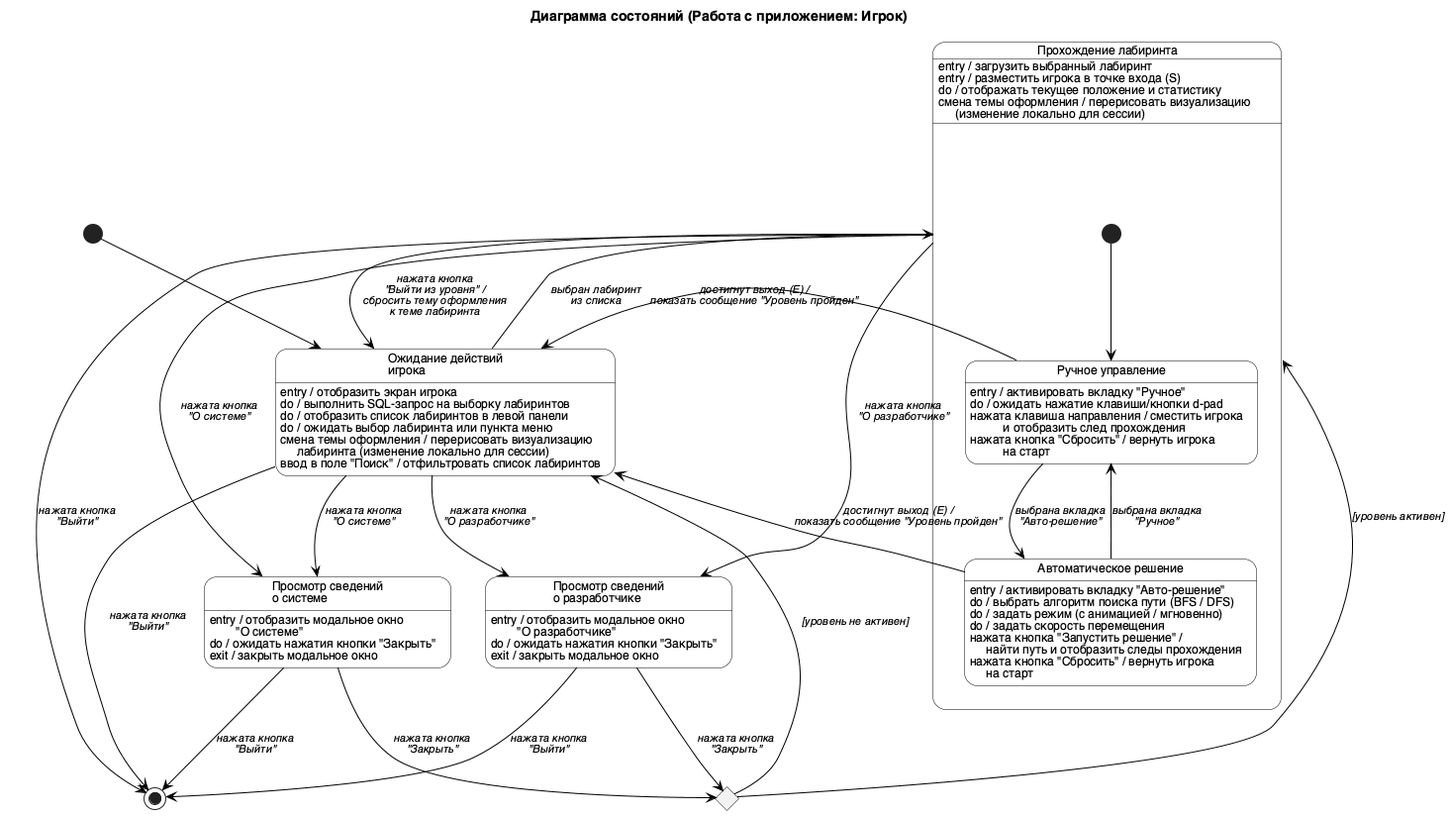
ozcnii/software-engineering keeps this PlantUML diagram as diagrams/state/player.png. Above is the earlier version. The source it was exported from:
```plantuml
@startuml
title Диаграмма состояний (Работа с приложением: Игрок)

skinparam state {
  BackgroundColor #FFFFFF
  BorderColor #000000
  FontSize 12
  ArrowColor #000000
  ArrowFontSize 11
  ArrowFontStyle italic
}
skinparam DefaultFontName Helvetica

[*] --> Ожидание

state "Ожидание действий\nигрока" as Ожидание {
  Ожидание : entry / отобразить экран игрока
  Ожидание : do / выполнить SQL-запрос на выборку лабиринтов
  Ожидание : do / отобразить список лабиринтов в левой панели
  Ожидание : do / ожидать выбор лабиринта или пункта меню
  Ожидание : смена темы оформления / перерисовать визуализацию\n     лабиринта (изменение локально для сессии)
  Ожидание : ввод в поле "Поиск" / отфильтровать список лабиринтов
}

state "Прохождение лабиринта" as Прохождение {
  Прохождение : entry / загрузить выбранный лабиринт
  Прохождение : entry / разместить игрока в точке входа (S)
  Прохождение : do / отображать текущее положение и статистику
  Прохождение : смена темы оформления / перерисовать визуализацию\n     (изменение локально для сессии)

  [*] --> РучноеУправление

  state "Ручное управление" as РучноеУправление {
    РучноеУправление : entry / активировать вкладку "Ручное"
    РучноеУправление : do / ожидать нажатие клавиши/кнопки d-pad
    РучноеУправление : нажата клавиша направления / сместить игрока\n          и отобразить след прохождения
    РучноеУправление : нажата кнопка "Сбросить" / вернуть игрока\n          на старт
  }

  state "Автоматическое решение" as АвтоРешение {
    АвтоРешение : entry / активировать вкладку "Авто-решение"
    АвтоРешение : do / выбрать алгоритм поиска пути (BFS / DFS)
    АвтоРешение : do / задать режим (с анимацией / мгновенно)
    АвтоРешение : do / задать скорость перемещения
    АвтоРешение : нажата кнопка "Запустить решение" /\n     найти путь и отобразить следы прохождения
    АвтоРешение : нажата кнопка "Сбросить" / вернуть игрока\n     на старт
  }

  РучноеУправление --> АвтоРешение : выбрана вкладка\n"Авто-решение"
  АвтоРешение --> РучноеУправление : выбрана вкладка\n"Ручное"
}

state "Просмотр сведений\nо разработчике" as Разработчик {
  Разработчик : entry / отобразить модальное окно\n        "О разработчике"
  Разработчик : do / ожидать нажатия кнопки "Закрыть"
  Разработчик : exit / закрыть модальное окно
}

state "Просмотр сведений\nо системе" as Система {
  Система : entry / отобразить модальное окно\n        "О системе"
  Система : do / ожидать нажатия кнопки "Закрыть"
  Система : exit / закрыть модальное окно
}

state ВозвратИзМодальногоОкна <<choice>>

Ожидание --> Прохождение : выбран лабиринт\nиз списка
Прохождение --> Ожидание : нажата кнопка\n"Выйти из уровня" /\nсбросить тему оформления\nк теме лабиринта
РучноеУправление --> Ожидание : достигнут выход (E) /\nпоказать сообщение "Уровень пройден"
АвтоРешение --> Ожидание : достигнут выход (E) /\nпоказать сообщение "Уровень пройден"

Ожидание --> Разработчик : нажата кнопка\n"О разработчике"
Прохождение --> Разработчик : нажата кнопка\n"О разработчике"
Разработчик --> ВозвратИзМодальногоОкна : нажата кнопка\n"Закрыть"

Ожидание --> Система : нажата кнопка\n"О системе"
Прохождение --> Система : нажата кнопка\n"О системе"
Система --> ВозвратИзМодальногоОкна : нажата кнопка\n"Закрыть"

ВозвратИзМодальногоОкна --> Прохождение : [уровень активен]
ВозвратИзМодальногоОкна --> Ожидание : [уровень не активен]

Ожидание --> [*] : нажата кнопка\n"Выйти"
Прохождение --> [*] : нажата кнопка\n"Выйти"
Разработчик --> [*] : нажата кнопка\n"Выйти"
Система --> [*] : нажата кнопка\n"Выйти"

@enduml
```
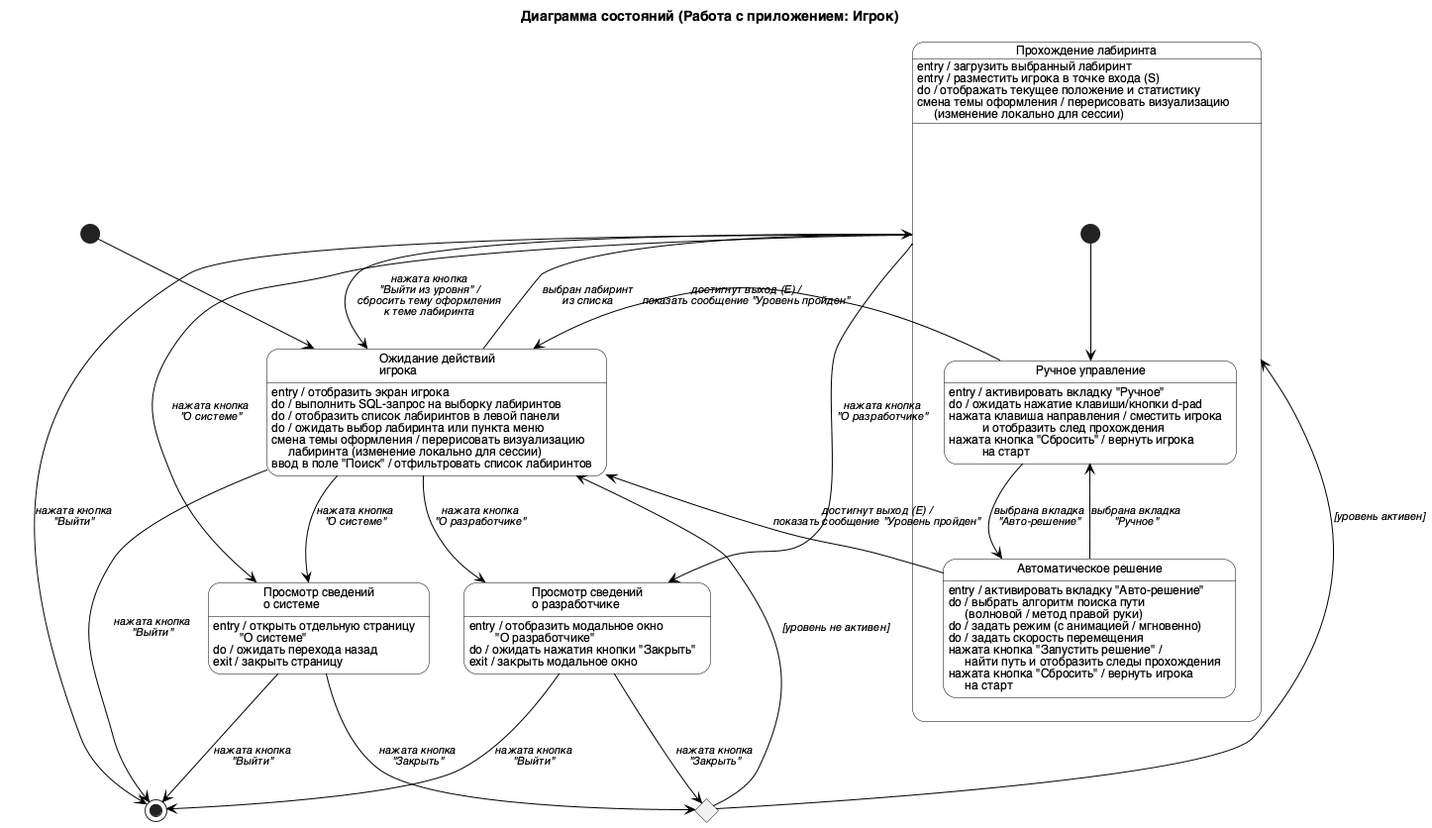
After the commit.

Change to the diagram source:
```diff
@@ -39,7 +39,7 @@
 
   state "Автоматическое решение" as АвтоРешение {
     АвтоРешение : entry / активировать вкладку "Авто-решение"
-    АвтоРешение : do / выбрать алгоритм поиска пути (BFS / DFS)
+    АвтоРешение : do / выбрать алгоритм поиска пути\n     (волновой / метод правой руки)
     АвтоРешение : do / задать режим (с анимацией / мгновенно)
     АвтоРешение : do / задать скорость перемещения
     АвтоРешение : нажата кнопка "Запустить решение" /\n     найти путь и отобразить следы прохождения
@@ -57,9 +57,9 @@
 }
 
 state "Просмотр сведений\nо системе" as Система {
-  Система : entry / отобразить модальное окно\n        "О системе"
-  Система : do / ожидать нажатия кнопки "Закрыть"
-  Система : exit / закрыть модальное окно
+  Система : entry / открыть отдельную страницу\n        "О системе"
+  Система : do / ожидать перехода назад
+  Система : exit / закрыть страницу
 }
 
 state ВозвратИзМодальногоОкна <<choice>>
```
